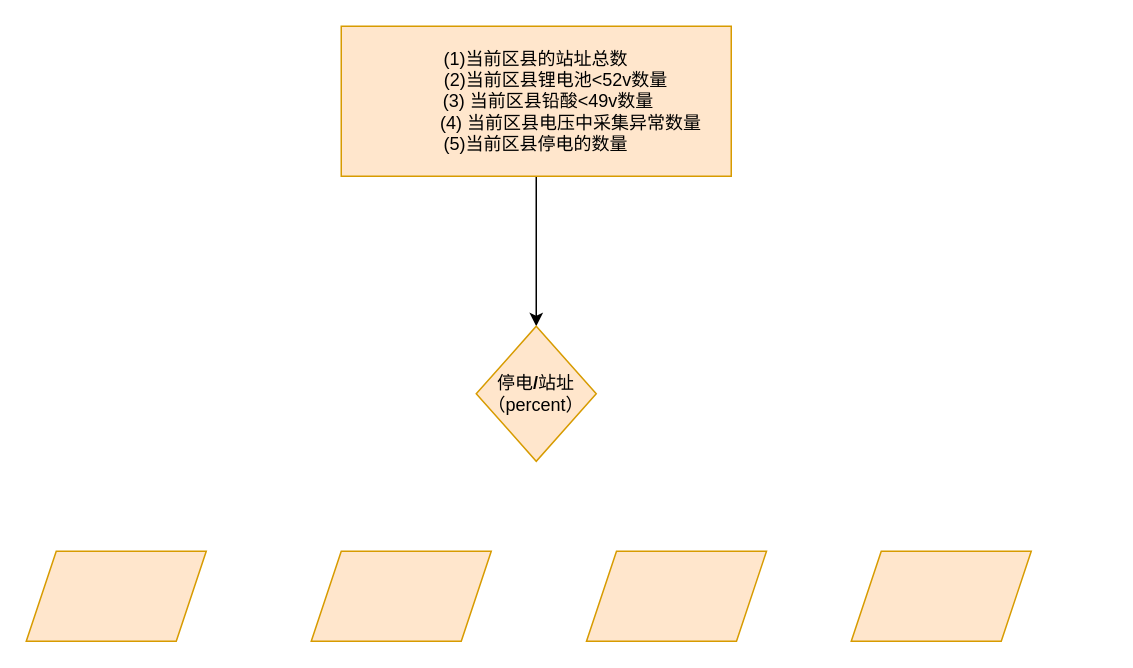
This is 未命名绘图.drawio from claa/picb, a draw.io file, before an edit. Source tidied: cells renumbered, new cells numbered last; positions are measured from the earlier drawing's top-left corner, leaving out a move shared by most shapes. Both pictures are drawn from the tidied source at 150%, with x=0, y=0 at pixel (26, 26).
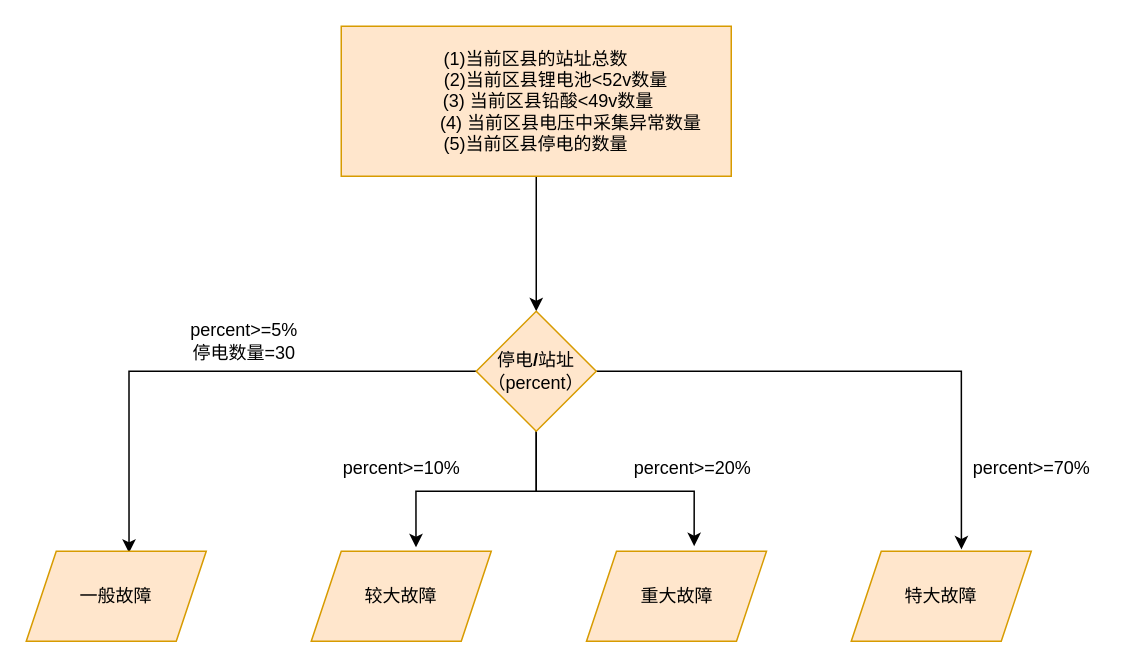
After the change.

Commit message:
铁塔大面积停电逻辑.drawio

Change to the diagram source:
```diff
@@
 <mxGraphModel>
   <root>
     <mxCell id="0" />
     <mxCell id="1" parent="0" />
     <mxCell id="2" style="edgeStyle=orthogonalEdgeStyle;rounded=0;jettySize=auto;html=1;" parent="1" edge="1" source="3" target="4">
       <mxGeometry relative="1" as="geometry" />
     </mxCell>
     <mxCell id="3" value="(1)当前区县的站址总数&lt;br&gt;&amp;nbsp; &amp;nbsp; &amp;nbsp; &amp;nbsp; (2)当前区县锂电池&amp;lt;52v数量&lt;br&gt;&amp;nbsp; &amp;nbsp; &amp;nbsp;(3) 当前区县铅酸&amp;lt;49v数量&lt;br&gt;&amp;nbsp; &amp;nbsp; &amp;nbsp; &amp;nbsp; &amp;nbsp; &amp;nbsp; &amp;nbsp; (4) 当前区县电压中采集异常数量&lt;br&gt;(5)当前区县停电的数量" style="rounded=0;whiteSpace=wrap;html=1;fillColor=#ffe6cc;strokeColor=#d79b00;" parent="1" vertex="1">
       <mxGeometry x="210" width="260" height="100" as="geometry" />
     </mxCell>
+    <mxCell id="9" style="edgeStyle=orthogonalEdgeStyle;rounded=0;jettySize=auto;html=1;exitX=0.5;exitY=1;exitDx=0;exitDy=0;entryX=0.582;entryY=-0.044;entryDx=0;entryDy=0;entryPerimeter=0;" parent="1" edge="1" source="4" target="6">
+      <mxGeometry relative="1" as="geometry" />
+    </mxCell>
+    <mxCell id="10" style="edgeStyle=orthogonalEdgeStyle;rounded=0;jettySize=auto;html=1;exitX=0.5;exitY=1;exitDx=0;exitDy=0;entryX=0.598;entryY=-0.056;entryDx=0;entryDy=0;entryPerimeter=0;" parent="1" edge="1" source="4" target="7">
+      <mxGeometry relative="1" as="geometry" />
+    </mxCell>
+    <mxCell id="11" style="edgeStyle=orthogonalEdgeStyle;rounded=0;jettySize=auto;html=1;exitX=1;exitY=0.5;exitDx=0;exitDy=0;entryX=0.612;entryY=-0.02;entryDx=0;entryDy=0;entryPerimeter=0;" parent="1" edge="1" source="4" target="8">
+      <mxGeometry relative="1" as="geometry" />
+    </mxCell>
+    <mxCell id="12" style="edgeStyle=orthogonalEdgeStyle;rounded=0;jettySize=auto;html=1;exitX=0;exitY=0.5;exitDx=0;exitDy=0;entryX=0.571;entryY=0.017;entryDx=0;entryDy=0;entryPerimeter=0;" parent="1" edge="1" source="4" target="5">
+      <mxGeometry relative="1" as="geometry" />
+    </mxCell>
     <mxCell id="4" value="停电&lt;b&gt;/&lt;/b&gt;站址&lt;br&gt;（percent）" style="rhombus;whiteSpace=wrap;html=1;fillColor=#ffe6cc;strokeColor=#d79b00;" parent="1" vertex="1">
-      <mxGeometry x="300" y="200" width="80" height="90" as="geometry" />
+      <mxGeometry x="300" y="190" width="80" height="80" as="geometry" />
     </mxCell>
-    <mxCell id="5" style="shape=parallelogram;perimeter=parallelogramPerimeter;whiteSpace=wrap;html=1;fixedSize=1;fillColor=#ffe6cc;strokeColor=#d79b00;" parent="1" vertex="1">
+    <mxCell id="5" value="一般故障" style="shape=parallelogram;perimeter=parallelogramPerimeter;whiteSpace=wrap;html=1;fixedSize=1;fillColor=#ffe6cc;strokeColor=#d79b00;" parent="1" vertex="1">
       <mxGeometry y="350" width="120" height="60" as="geometry" />
     </mxCell>
-    <mxCell id="6" style="shape=parallelogram;perimeter=parallelogramPerimeter;whiteSpace=wrap;html=1;fixedSize=1;fillColor=#ffe6cc;strokeColor=#d79b00;" parent="1" vertex="1">
+    <mxCell id="6" value="较大故障" style="shape=parallelogram;perimeter=parallelogramPerimeter;whiteSpace=wrap;html=1;fixedSize=1;fillColor=#ffe6cc;strokeColor=#d79b00;" parent="1" vertex="1">
       <mxGeometry x="190" y="350" width="120" height="60" as="geometry" />
     </mxCell>
-    <mxCell id="7" style="shape=parallelogram;perimeter=parallelogramPerimeter;whiteSpace=wrap;html=1;fixedSize=1;fillColor=#ffe6cc;strokeColor=#d79b00;" parent="1" vertex="1">
+    <mxCell id="7" value="重大故障" style="shape=parallelogram;perimeter=parallelogramPerimeter;whiteSpace=wrap;html=1;fixedSize=1;fillColor=#ffe6cc;strokeColor=#d79b00;" parent="1" vertex="1">
       <mxGeometry x="373.5" y="350" width="120" height="60" as="geometry" />
     </mxCell>
-    <mxCell id="8" style="shape=parallelogram;perimeter=parallelogramPerimeter;whiteSpace=wrap;html=1;fixedSize=1;fillColor=#ffe6cc;strokeColor=#d79b00;" parent="1" vertex="1">
+    <mxCell id="8" value="特大故障" style="shape=parallelogram;perimeter=parallelogramPerimeter;whiteSpace=wrap;html=1;fixedSize=1;fillColor=#ffe6cc;strokeColor=#d79b00;" parent="1" vertex="1">
       <mxGeometry x="550" y="350" width="120" height="60" as="geometry" />
     </mxCell>
+    <mxCell id="13" value="percent&amp;gt;=5%&lt;br&gt;停电数量=30" style="text;html=1;align=center;verticalAlign=middle;strokeColor=none;fillColor=none;" parent="1" vertex="1">
+      <mxGeometry x="100" y="190" width="90" height="40" as="geometry" />
+    </mxCell>
+    <mxCell id="14" value="percent&amp;gt;=10%" style="text;html=1;align=center;verticalAlign=middle;strokeColor=none;fillColor=none;" parent="1" vertex="1">
+      <mxGeometry x="200" y="280" width="100" height="30" as="geometry" />
+    </mxCell>
+    <mxCell id="15" value="percent&amp;gt;=20%" style="text;html=1;align=center;verticalAlign=middle;strokeColor=none;fillColor=none;" parent="1" vertex="1">
+      <mxGeometry x="393.5" y="280" width="100" height="30" as="geometry" />
+    </mxCell>
+    <mxCell id="16" value="percent&amp;gt;=70%" style="text;html=1;align=center;verticalAlign=middle;strokeColor=none;fillColor=none;" parent="1" vertex="1">
+      <mxGeometry x="620" y="280" width="100" height="30" as="geometry" />
+    </mxCell>
   </root>
 </mxGraphModel>
```
